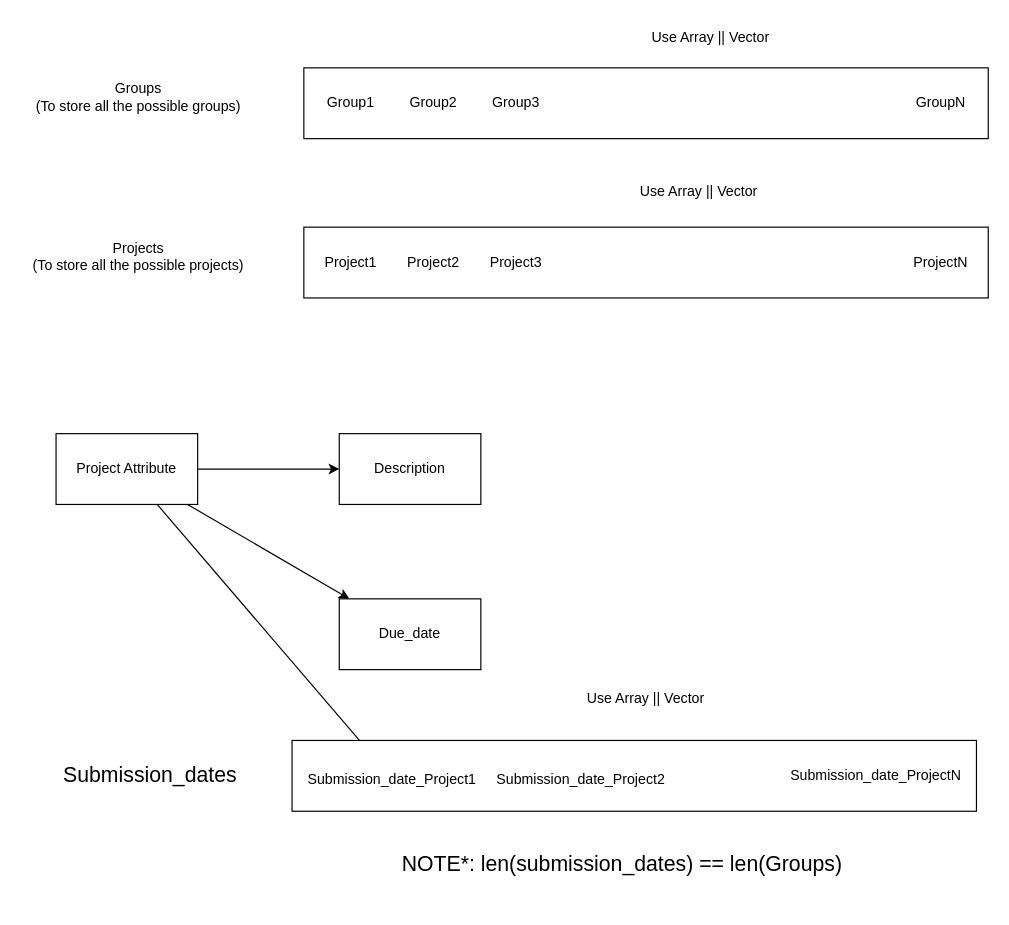
SadNguyen2107/CS256_Part1 keeps this draw.io diagram as Design/ProgramStructure.drawio. Above is the earlier version. Source tidied: cells renumbered, new cells numbered last; positions are measured from the earlier drawing's top-left corner, leaving out a move shared by most shapes. Both pictures are drawn from the tidied source at 118%, with x=0, y=0 at pixel (20, 20).
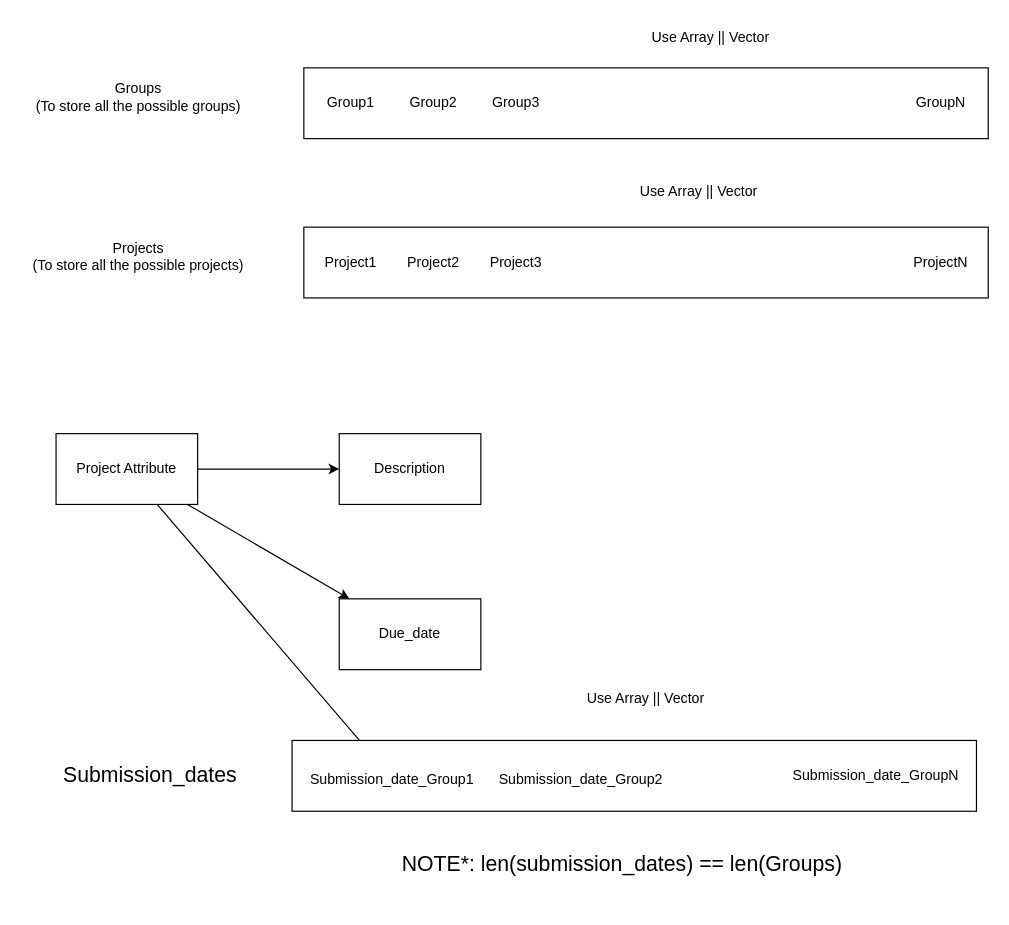
After the change.

Unchanged cells that the change refers to:
```xml
<mxCell id="21" style="group;" parent="1" vertex="1">
  <mxGeometry x="230" y="610" width="580" height="60" as="geometry" />
</mxCell>
```

Diff of the diagram source:
```diff
@@
-    <mxCell id="23" value="Submission_date_Project1" style="text;html=1;strokeColor=none;fillColor=none;align=center;verticalAlign=middle;whiteSpace=wrap;rounded=0;" parent="21" vertex="1">
+    <mxCell id="23" value="Submission_date_Group1" style="text;html=1;strokeColor=none;fillColor=none;align=center;verticalAlign=middle;whiteSpace=wrap;rounded=0;" parent="21" vertex="1">
       <mxGeometry x="10" y="15" width="150" height="35" as="geometry" />
     </mxCell>
-    <mxCell id="24" value="Submission_date_Project2" style="text;html=1;strokeColor=none;fillColor=none;align=center;verticalAlign=middle;whiteSpace=wrap;rounded=0;" parent="21" vertex="1">
+    <mxCell id="24" value="Submission_date_Group2" style="text;html=1;strokeColor=none;fillColor=none;align=center;verticalAlign=middle;whiteSpace=wrap;rounded=0;" parent="21" vertex="1">
       <mxGeometry x="170" y="15" width="150" height="35" as="geometry" />
     </mxCell>
-    <mxCell id="25" value="Submission_date_ProjectN" style="text;html=1;strokeColor=none;fillColor=none;align=center;verticalAlign=middle;whiteSpace=wrap;rounded=0;" parent="21" vertex="1">
+    <mxCell id="25" value="Submission_date_GroupN" style="text;html=1;strokeColor=none;fillColor=none;align=center;verticalAlign=middle;whiteSpace=wrap;rounded=0;" parent="21" vertex="1">
       <mxGeometry x="420" y="12.5" width="150" height="35" as="geometry" />
     </mxCell>
```
